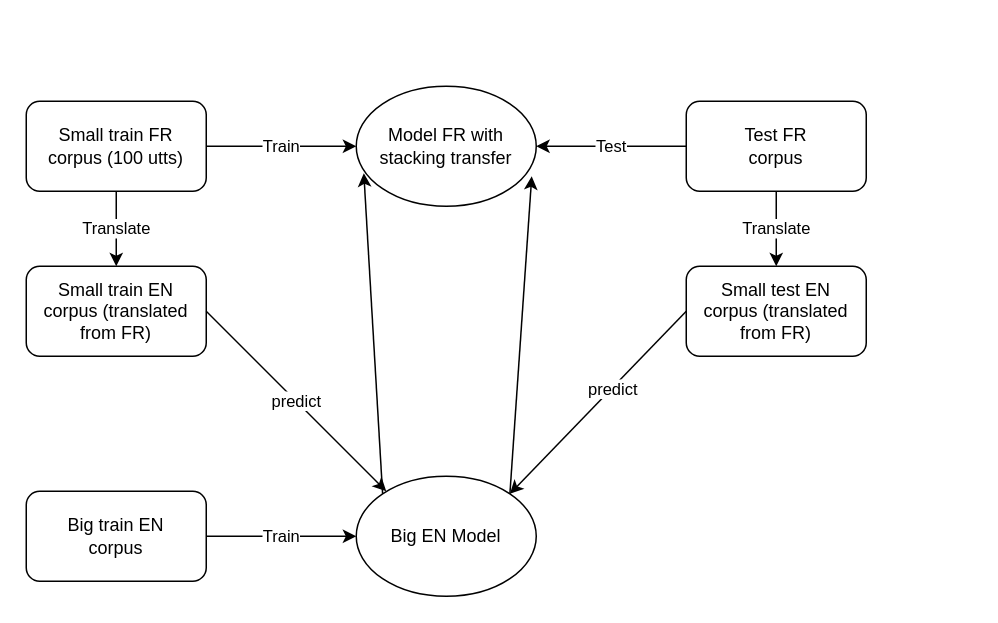
cerisara/draws keeps this draw.io diagram as Jiri.drawio. Above is the earlier version. Source tidied: cells renumbered, new cells numbered last; positions are measured from the earlier drawing's top-left corner, leaving out a move shared by most shapes. Both pictures are drawn from the tidied source at 150%, with x=0, y=0 at pixel (26, 86).
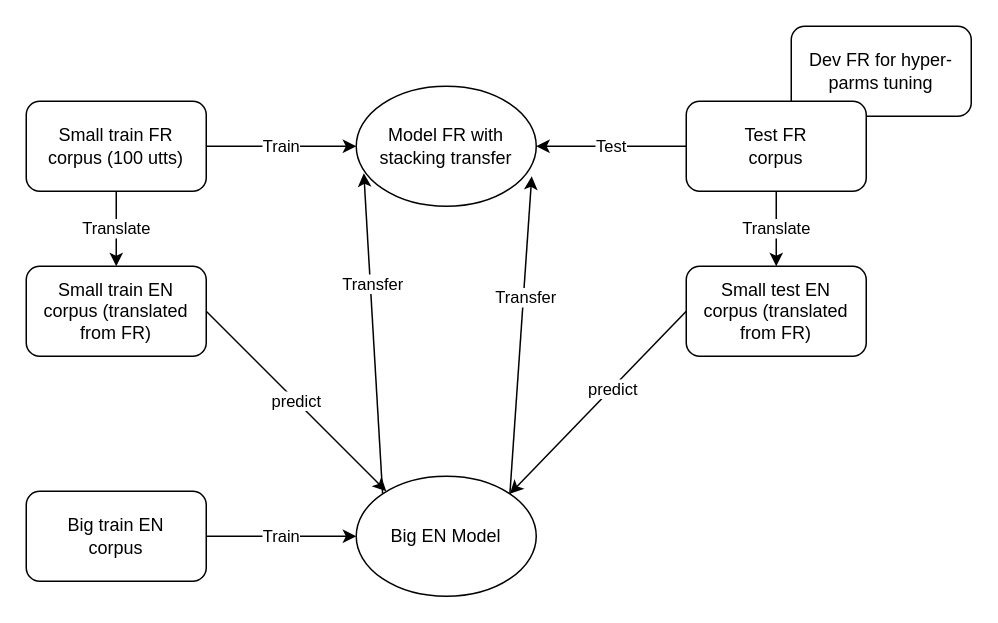
Above is the later version.

The change refers to these unchanged cells:
```xml
<mxCell id="14" style="endArrow=classic;html=1;exitX=0;exitY=0;exitDx=0;exitDy=0;entryX=0.042;entryY=0.725;entryDx=0;entryDy=0;entryPerimeter=0;" parent="1" edge="1" source="8" target="3">
  <mxGeometry relative="1" as="geometry" />
</mxCell>
<mxCell id="18" style="endArrow=classic;html=1;exitX=1;exitY=0;exitDx=0;exitDy=0;entryX=0.975;entryY=0.75;entryDx=0;entryDy=0;entryPerimeter=0;" parent="1" edge="1" source="8" target="3">
  <mxGeometry relative="1" as="geometry" />
</mxCell>
```

What changed in the source:
```diff
@@
-    <mxCell id="5" value="&lt;div&gt;Test FR&lt;/div&gt;&lt;div&gt;corpus&lt;br&gt;&lt;/div&gt;" style="rounded=1;whiteSpace=wrap;html=1;" parent="1" vertex="1">
-      <mxGeometry x="440" y="10" width="120" height="60" as="geometry" />
-    </mxCell>
@@
+    <mxCell id="19" value="Transfer" style="edgeLabel;html=1;align=center;verticalAlign=middle;" parent="14" vertex="1">
+      <mxGeometry x="0.31" y="-1" relative="1" as="geometry" />
+    </mxCell>
@@
+    <mxCell id="20" value="Transfer" style="edgeLabel;html=1;align=center;verticalAlign=middle;" parent="18" vertex="1">
+      <mxGeometry x="0.24" y="-1" relative="1" as="geometry" />
+    </mxCell>
+    <mxCell id="21" value="Dev FR for hyper-parms tuning" style="rounded=1;whiteSpace=wrap;html=1;" parent="1" vertex="1">
+      <mxGeometry x="510" y="-40" width="120" height="60" as="geometry" />
+    </mxCell>
+    <mxCell id="5" value="&lt;div&gt;Test FR&lt;/div&gt;&lt;div&gt;corpus&lt;br&gt;&lt;/div&gt;" style="rounded=1;whiteSpace=wrap;html=1;" parent="1" vertex="1">
+      <mxGeometry x="440" y="10" width="120" height="60" as="geometry" />
+    </mxCell>
```
